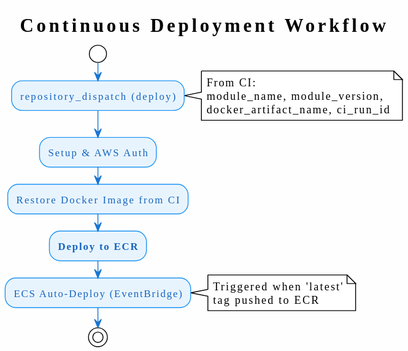
Earlier version of the PlantUML export docs/github/workflows/cd/cd.svg (bible-on-site/bible-on-site). Its diagram source:
```plantuml
@startuml
!theme plain
skinparam backgroundColor #FEFEFE
skinparam ActivityBackgroundColor #E8F4FD
skinparam ActivityBorderColor #2196F3
skinparam ActivityFontColor #1565C0
skinparam ArrowColor #1976D2
skinparam ActivityBarColor #1976D2

title Continuous Deployment Workflow

start

:repository_dispatch (deploy);
note right
  From CI:
  module_name, module_version,
  docker_artifact_name, ci_run_id
end note

:Setup & AWS Auth;

:Restore Docker Image from CI;

:**Deploy to ECR**;

:ECS Auto-Deploy (EventBridge);
note right
  Triggered when 'latest'
  tag pushed to ECR
end note

stop
@enduml
```
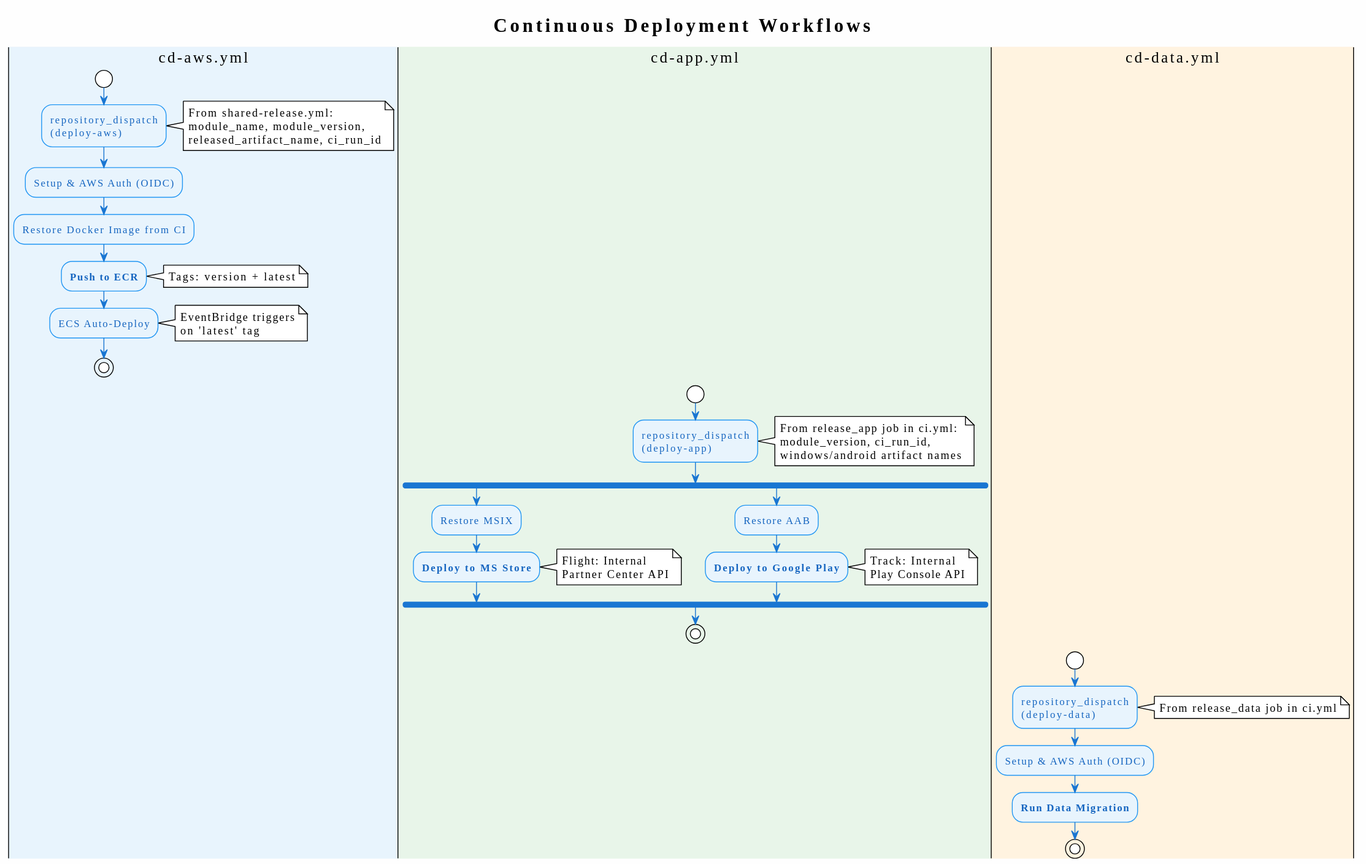
Above is the later version.

Commit message:
fix(ci): use recursive glob for MSIX/AAB in release files

What changed in the source:
```diff
@@ -7,28 +7,64 @@
 skinparam ArrowColor #1976D2
 skinparam ActivityBarColor #1976D2
 
-title Continuous Deployment Workflow
+title Continuous Deployment Workflows
 
+|#E8F4FD|cd-aws.yml|
 start
-
-:repository_dispatch (deploy);
+:repository_dispatch\n(deploy-aws);
 note right
-  From CI:
+  From shared-release.yml:
   module_name, module_version,
-  docker_artifact_name, ci_run_id
+  released_artifact_name, ci_run_id
 end note
 
-:Setup & AWS Auth;
+:Setup & AWS Auth (OIDC);
+:Restore Docker Image from CI;
+:**Push to ECR**;
+note right
+  Tags: version + latest
+end note
+:ECS Auto-Deploy;
+note right
+  EventBridge triggers
+  on 'latest' tag
+end note
+stop
 
-:Restore Docker Image from CI;
-
-:**Deploy to ECR**;
-
-:ECS Auto-Deploy (EventBridge);
+|#E8F5E9|cd-app.yml|
+start
+:repository_dispatch\n(deploy-app);
 note right
-  Triggered when 'latest'
-  tag pushed to ECR
+  From release_app job in ci.yml:
+  module_version, ci_run_id,
+  windows/android artifact names
 end note
 
+fork
+  :Restore MSIX;
+  :**Deploy to MS Store**;
+  note right
+    Flight: Internal
+    Partner Center API
+  end note
+fork again
+  :Restore AAB;
+  :**Deploy to Google Play**;
+  note right
+    Track: Internal
+    Play Console API
+  end note
+end fork
+stop
+
+|#FFF3E0|cd-data.yml|
+start
+:repository_dispatch\n(deploy-data);
+note right
+  From release_data job in ci.yml
+end note
+
+:Setup & AWS Auth (OIDC);
+:**Run Data Migration**;
 stop
 @enduml
```
